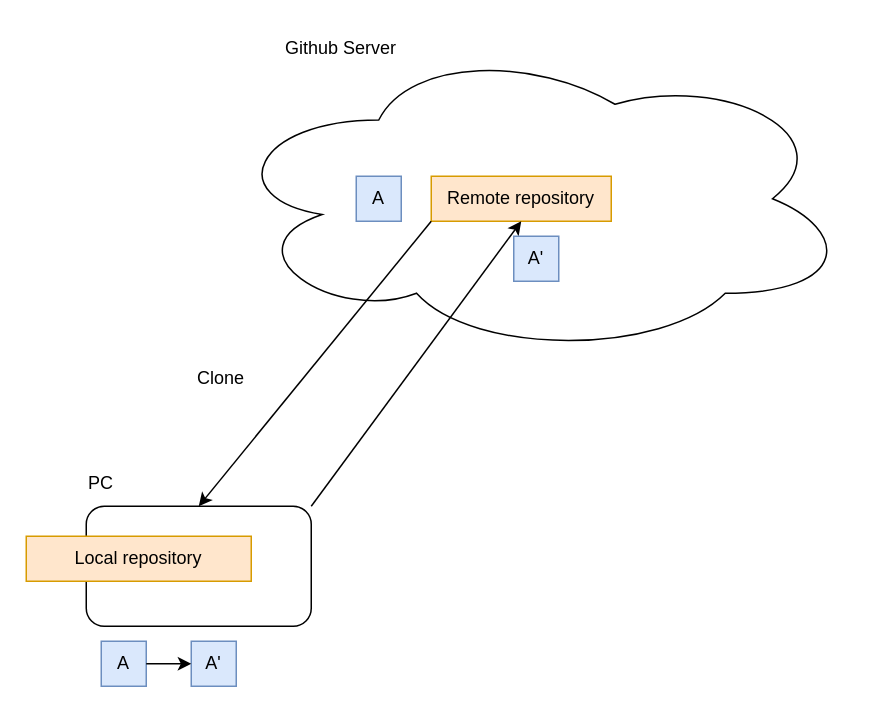
Above: GithubConcept.drawio in luke-youngmin-cho/UnityEngineBasic_5th (draw.io), before the change. Source tidied: cells renumbered, new cells numbered last; positions are measured from the earlier drawing's top-left corner, leaving out a move shared by most shapes. Both pictures are drawn from the tidied source at 150%, with x=0, y=0 at pixel (26, 26).
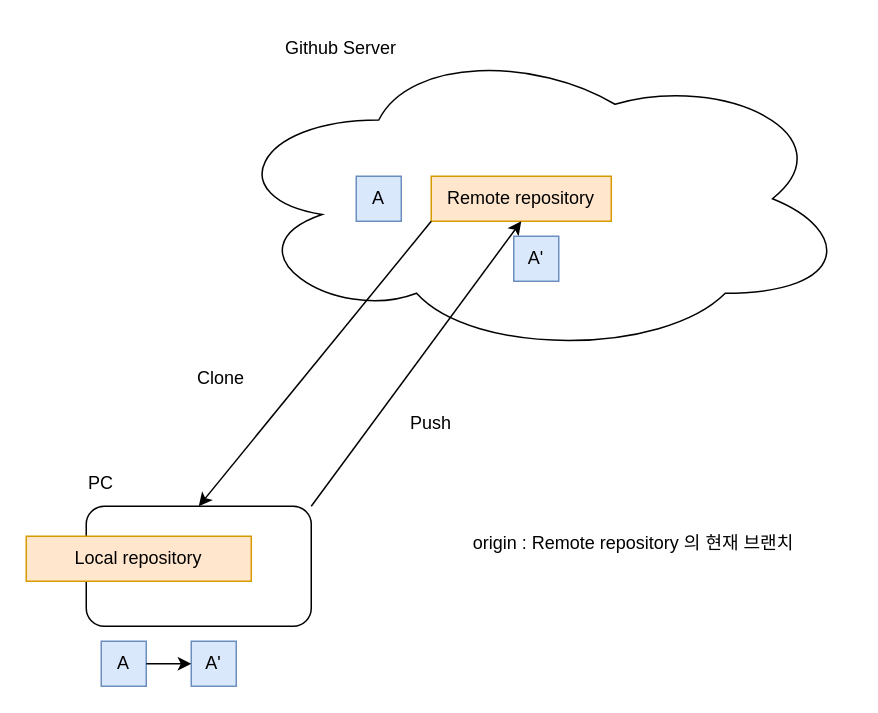
The same diagram, later.

Commit message (it also covers changes not shown here):
Corrected FirstTest

Added "ABCD"

What changed in the source:
```diff
@@
 <mxGraphModel>
   <root>
     <mxCell id="0" />
     <mxCell id="1" parent="0" />
     <mxCell id="2" style="ellipse;shape=cloud;whiteSpace=wrap;html=1;" parent="1" vertex="1">
       <mxGeometry x="130" y="10" width="420" height="210" as="geometry" />
     </mxCell>
     <mxCell id="3" value="Github Server" style="text;html=1;strokeColor=none;fillColor=none;align=center;verticalAlign=middle;whiteSpace=wrap;rounded=0;" parent="1" vertex="1">
       <mxGeometry x="150" width="120" height="30" as="geometry" />
     </mxCell>
     <mxCell id="4" value="Remote repository" style="text;html=1;strokeColor=#d79b00;fillColor=#ffe6cc;align=center;verticalAlign=middle;whiteSpace=wrap;rounded=0;" parent="1" vertex="1">
       <mxGeometry x="270" y="100" width="120" height="30" as="geometry" />
     </mxCell>
     <mxCell id="5" style="rounded=1;whiteSpace=wrap;html=1;" parent="1" vertex="1">
       <mxGeometry x="40" y="320" width="150" height="80" as="geometry" />
     </mxCell>
     <mxCell id="6" value="PC" style="text;html=1;strokeColor=none;fillColor=none;align=center;verticalAlign=middle;whiteSpace=wrap;rounded=0;" parent="1" vertex="1">
       <mxGeometry x="20" y="290" width="60" height="30" as="geometry" />
     </mxCell>
     <mxCell id="7" style="endArrow=classic;html=1;rounded=0;exitX=0;exitY=1;exitDx=0;exitDy=0;entryX=0.5;entryY=0;entryDx=0;entryDy=0;" parent="1" edge="1" source="4" target="5">
       <mxGeometry relative="1" as="geometry" />
     </mxCell>
     <mxCell id="8" value="Clone" style="text;html=1;strokeColor=none;fillColor=none;align=center;verticalAlign=middle;whiteSpace=wrap;rounded=0;" parent="1" vertex="1">
       <mxGeometry x="100" y="220" width="60" height="30" as="geometry" />
     </mxCell>
     <mxCell id="9" value="Local repository" style="text;html=1;strokeColor=#d79b00;fillColor=#ffe6cc;align=center;verticalAlign=middle;whiteSpace=wrap;rounded=0;" parent="1" vertex="1">
       <mxGeometry y="340" width="150" height="30" as="geometry" />
     </mxCell>
     <mxCell id="10" style="endArrow=classic;html=1;rounded=0;exitX=1;exitY=0;exitDx=0;exitDy=0;entryX=0.5;entryY=1;entryDx=0;entryDy=0;" parent="1" edge="1" source="5" target="4">
       <mxGeometry relative="1" as="geometry" />
     </mxCell>
     <mxCell id="11" value="A" style="text;html=1;strokeColor=#6c8ebf;fillColor=#dae8fc;align=center;verticalAlign=middle;whiteSpace=wrap;rounded=0;" parent="1" vertex="1">
       <mxGeometry x="220" y="100" width="30" height="30" as="geometry" />
     </mxCell>
     <mxCell id="12" value="A" style="text;html=1;strokeColor=#6c8ebf;fillColor=#dae8fc;align=center;verticalAlign=middle;whiteSpace=wrap;rounded=0;" parent="1" vertex="1">
       <mxGeometry x="50" y="410" width="30" height="30" as="geometry" />
     </mxCell>
     <mxCell id="13" value="A'" style="text;html=1;strokeColor=#6c8ebf;fillColor=#dae8fc;align=center;verticalAlign=middle;whiteSpace=wrap;rounded=0;" parent="1" vertex="1">
       <mxGeometry x="110" y="410" width="30" height="30" as="geometry" />
     </mxCell>
     <mxCell id="14" style="endArrow=classic;html=1;rounded=0;exitX=1;exitY=0.5;exitDx=0;exitDy=0;entryX=0;entryY=0.5;entryDx=0;entryDy=0;" parent="1" edge="1" source="12" target="13">
       <mxGeometry relative="1" as="geometry" />
     </mxCell>
     <mxCell id="15" value="A'" style="text;html=1;strokeColor=#6c8ebf;fillColor=#dae8fc;align=center;verticalAlign=middle;whiteSpace=wrap;rounded=0;" parent="1" vertex="1">
       <mxGeometry x="325" y="140" width="30" height="30" as="geometry" />
     </mxCell>
+    <mxCell id="16" value="origin : Remote repository 의 현재 브랜치" style="text;html=1;strokeColor=none;fillColor=none;align=center;verticalAlign=middle;whiteSpace=wrap;rounded=0;" parent="1" vertex="1">
+      <mxGeometry x="270" y="330" width="270" height="30" as="geometry" />
+    </mxCell>
+    <mxCell id="17" value="Push" style="text;html=1;strokeColor=none;fillColor=none;align=center;verticalAlign=middle;whiteSpace=wrap;rounded=0;" parent="1" vertex="1">
+      <mxGeometry x="240" y="250" width="60" height="30" as="geometry" />
+    </mxCell>
   </root>
 </mxGraphModel>
```
